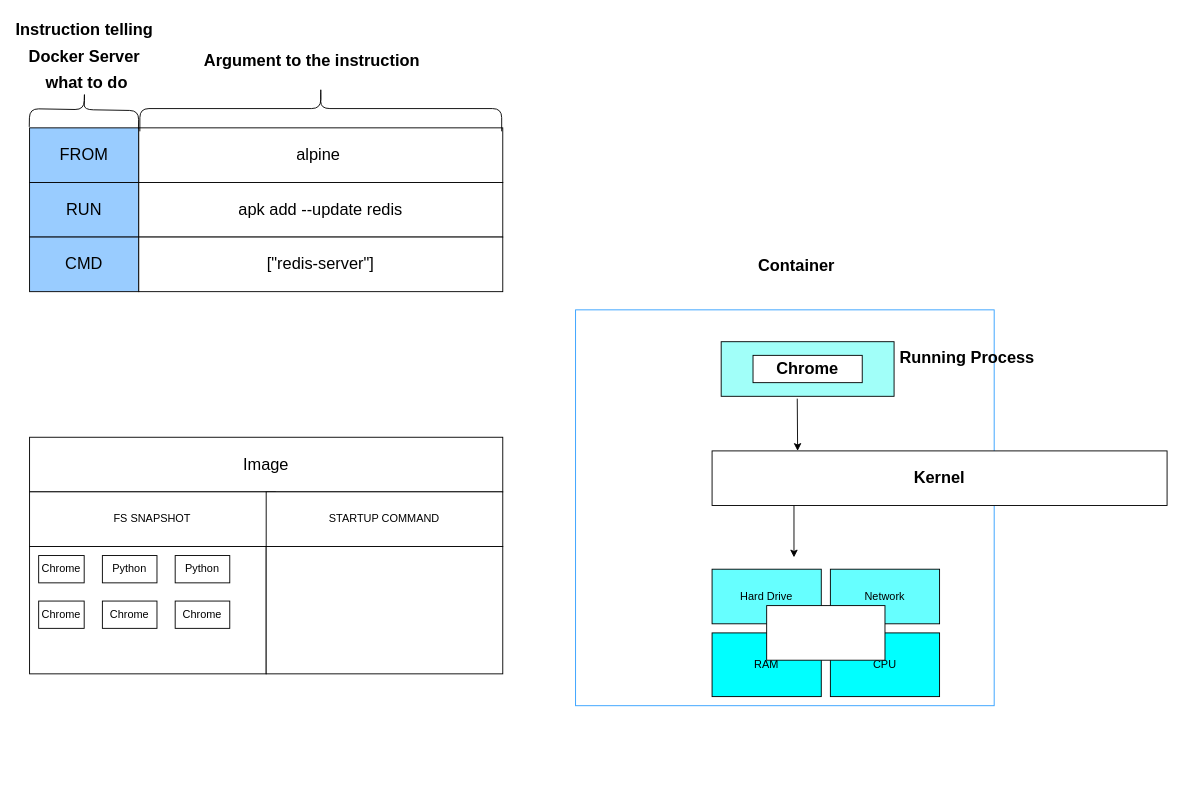
Above: page "Dockerfile image build" (3 of 3) of Untitled Diagram.drawio in hephaestus88/docker (draw.io), before the change. Source tidied: cells renumbered, new cells numbered last; positions are measured from the earlier drawing's top-left corner, leaving out a move shared by most shapes. Both pictures are drawn from the tidied source at 91%, with x=0, y=0 at pixel (29, -73).
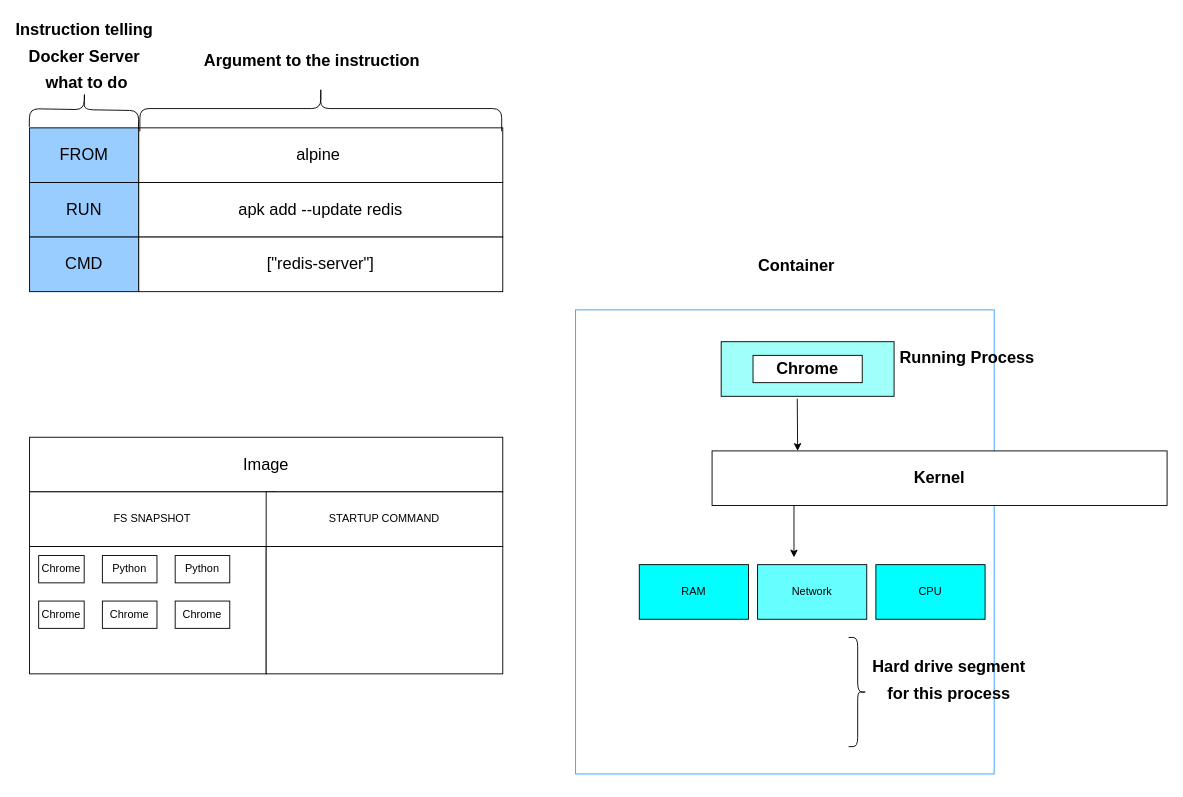
The same diagram, later.

Change to the diagram source:
```diff
@@
+    <mxCell id="36" style="edgeStyle=elbowEdgeStyle;rounded=0;jettySize=auto;elbow=vertical;html=1;exitX=0.5;exitY=1;exitDx=0;exitDy=0;exitPerimeter=0;" parent="1" edge="1" source="23" target="31">
+      <mxGeometry relative="1" as="geometry" />
+    </mxCell>
     <mxCell id="23" style="rounded=0;whiteSpace=wrap;html=1;points=[[0,0,0,0,0],[0,0.25,0,0,0],[0,0.5,0,0,0],[0,0.75,0,0,0],[0,1,0,0,0],[0.25,0,0,0,0],[0.25,1,0,0,0],[0.5,0,0,0,0],[0.5,1,0,0,0],[0.75,0,0,0,0],[0.75,1,0,0,0],[1,0,0,0,0],[1,0.25,0,0,0],[1,0.5,0,0,0],[1,0.75,0,0,0],[1,1,0,0,0]];strokeColor=#309FFF;shadow=0;" parent="1" vertex="1">
-      <mxGeometry x="600" y="420" width="460" height="435" as="geometry" />
+      <mxGeometry x="600" y="420" width="460" height="510" as="geometry" />
     </mxCell>
@@
-    <mxCell id="29" value="Hard Drive" style="rounded=0;whiteSpace=wrap;html=1;fillColor=#66FFFF;" parent="1" vertex="1">
-      <mxGeometry x="750" y="705" width="120" height="60" as="geometry" />
-    </mxCell>
     <mxCell id="30" value="Network" style="rounded=0;whiteSpace=wrap;html=1;fillColor=#66FFFF;" parent="1" vertex="1">
-      <mxGeometry x="880" y="705" width="120" height="60" as="geometry" />
+      <mxGeometry x="800" y="700" width="120" height="60" as="geometry" />
     </mxCell>
     <mxCell id="31" value="RAM" style="rounded=0;whiteSpace=wrap;html=1;fillColor=#00FFFF;" parent="1" vertex="1">
-      <mxGeometry x="750" y="775" width="120" height="70" as="geometry" />
+      <mxGeometry x="670" y="700" width="120" height="60" as="geometry" />
     </mxCell>
     <mxCell id="32" value="CPU" style="rounded=0;whiteSpace=wrap;html=1;fillColor=#00FFFF;" parent="1" vertex="1">
-      <mxGeometry x="880" y="775" width="120" height="70" as="geometry" />
+      <mxGeometry x="930" y="700" width="120" height="60" as="geometry" />
     </mxCell>
-    <mxCell id="33" style="rounded=0;whiteSpace=wrap;html=1;" parent="1" vertex="1">
-      <mxGeometry x="810" y="745" width="130" height="60" as="geometry" />
-    </mxCell>
@@
+    <mxCell id="37" style="shape=curlyBracket;whiteSpace=wrap;html=1;rounded=1;flipH=1;labelPosition=right;verticalLabelPosition=middle;align=left;verticalAlign=middle;" parent="1" vertex="1">
+      <mxGeometry x="900" y="780" width="20" height="120" as="geometry" />
+    </mxCell>
+    <mxCell id="38" value="&lt;span style=&quot;font-size: 18px;&quot;&gt;Hard drive segment &lt;br&gt;for this process&lt;br&gt;&lt;/span&gt;" style="text;strokeColor=none;fillColor=none;html=1;fontSize=24;fontStyle=1;verticalAlign=middle;align=center;" parent="1" vertex="1">
+      <mxGeometry x="960" y="810" width="100" height="30" as="geometry" />
+    </mxCell>
```
